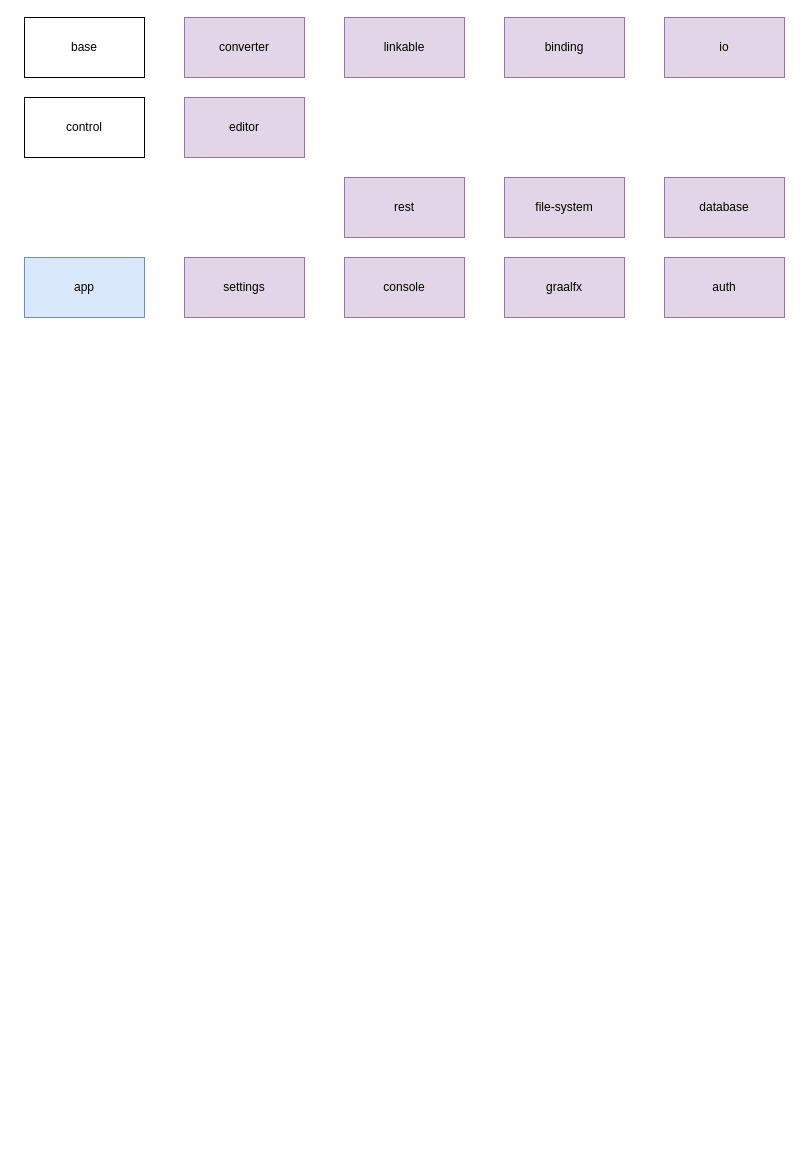
Earlier version of the draw.io diagram architecture.drawio (Alver415/EZFX). Source tidied: cells renumbered, new cells numbered last; positions are measured from the earlier drawing's top-left corner, leaving out a move shared by most shapes. Both pictures are drawn from the tidied source at 100%, with x=0, y=0 at pixel (24, 17).
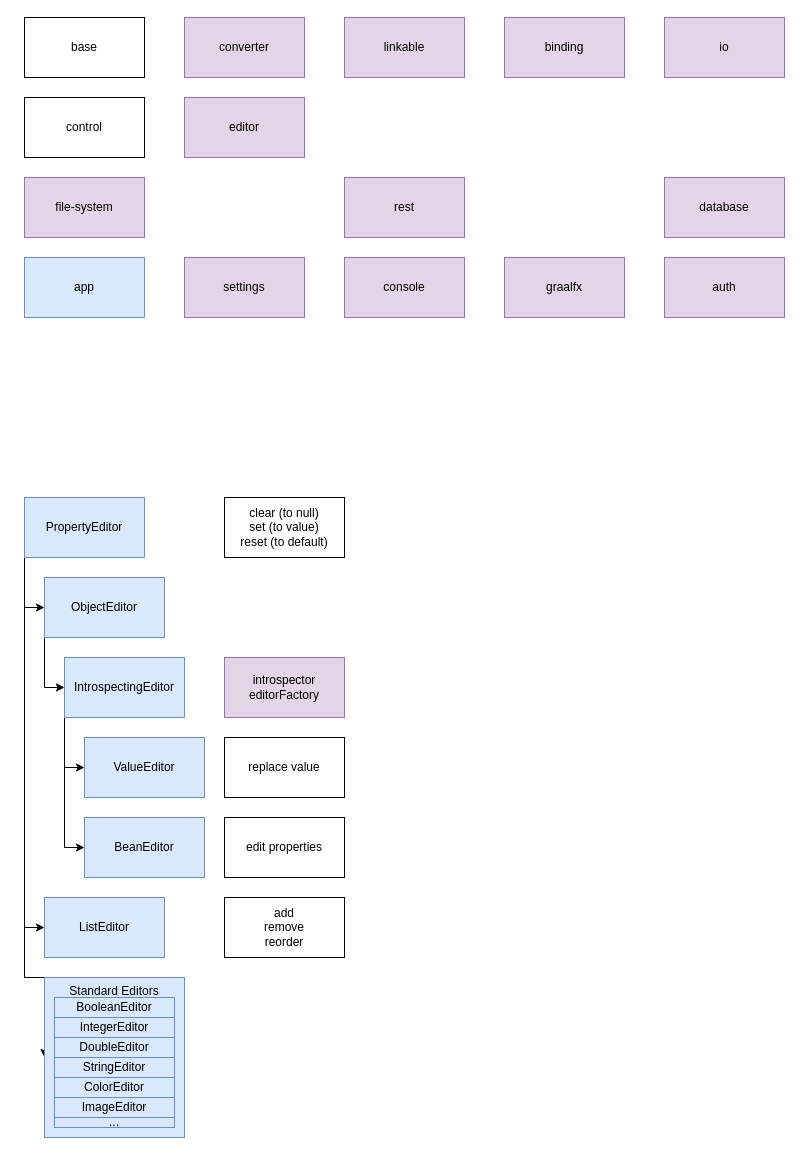
Above is the later version.

The edit, as a diff of the source:
```diff
@@
     <mxCell id="9" value="file-system" style="rounded=0;whiteSpace=wrap;html=1;fillColor=#e1d5e7;strokeColor=#9673a6;" parent="1" vertex="1">
-      <mxGeometry x="480" y="160" width="120" height="60" as="geometry" />
+      <mxGeometry y="160" width="120" height="60" as="geometry" />
     </mxCell>
@@
+    <mxCell id="17" style="edgeStyle=orthogonalEdgeStyle;rounded=0;jettySize=auto;html=1;exitX=0;exitY=1;exitDx=0;exitDy=0;entryX=0;entryY=0.5;entryDx=0;entryDy=0;" parent="1" edge="1" source="41" target="26">
+      <mxGeometry relative="1" as="geometry" />
+    </mxCell>
+    <mxCell id="18" style="edgeStyle=orthogonalEdgeStyle;rounded=0;jettySize=auto;html=1;entryX=0;entryY=0.5;entryDx=0;entryDy=0;" parent="1" edge="1" source="21" target="33">
+      <mxGeometry relative="1" as="geometry">
+        <Array as="points">
+          <mxPoint y="960" />
+        </Array>
+      </mxGeometry>
+    </mxCell>
+    <mxCell id="19" style="edgeStyle=orthogonalEdgeStyle;rounded=0;jettySize=auto;html=1;entryX=0;entryY=0.5;entryDx=0;entryDy=0;exitX=0;exitY=1;exitDx=0;exitDy=0;" parent="1" edge="1" source="21" target="29">
+      <mxGeometry relative="1" as="geometry">
+        <Array as="points">
+          <mxPoint y="910" />
+        </Array>
+      </mxGeometry>
+    </mxCell>
+    <mxCell id="20" style="edgeStyle=orthogonalEdgeStyle;rounded=0;jettySize=auto;html=1;entryX=0;entryY=0.5;entryDx=0;entryDy=0;" parent="1" edge="1" source="21" target="41">
+      <mxGeometry relative="1" as="geometry">
+        <Array as="points">
+          <mxPoint y="590" />
+        </Array>
+      </mxGeometry>
+    </mxCell>
+    <mxCell id="21" value="PropertyEditor" style="rounded=0;whiteSpace=wrap;html=1;fillColor=#dae8fc;strokeColor=#6c8ebf;" parent="1" vertex="1">
+      <mxGeometry y="480" width="120" height="60" as="geometry" />
+    </mxCell>
+    <mxCell id="22" value="Bean&lt;span style=&quot;background-color: initial;&quot;&gt;Editor&lt;/span&gt;" style="rounded=0;whiteSpace=wrap;html=1;fillColor=#dae8fc;strokeColor=#6c8ebf;" parent="1" vertex="1">
+      <mxGeometry x="60" y="800" width="120" height="60" as="geometry" />
+    </mxCell>
+    <mxCell id="23" value="Value&lt;span style=&quot;background-color: initial;&quot;&gt;Editor&lt;/span&gt;" style="rounded=0;whiteSpace=wrap;html=1;fillColor=#dae8fc;strokeColor=#6c8ebf;" parent="1" vertex="1">
+      <mxGeometry x="60" y="720" width="120" height="60" as="geometry" />
+    </mxCell>
+    <mxCell id="24" style="edgeStyle=orthogonalEdgeStyle;rounded=0;jettySize=auto;html=1;entryX=0;entryY=0.5;entryDx=0;entryDy=0;exitX=0;exitY=1;exitDx=0;exitDy=0;" parent="1" edge="1" source="26" target="22">
+      <mxGeometry relative="1" as="geometry">
+        <Array as="points">
+          <mxPoint x="40" y="830" />
+        </Array>
+      </mxGeometry>
+    </mxCell>
+    <mxCell id="25" style="edgeStyle=orthogonalEdgeStyle;rounded=0;jettySize=auto;html=1;entryX=0;entryY=0.5;entryDx=0;entryDy=0;" parent="1" edge="1" source="26" target="23">
+      <mxGeometry relative="1" as="geometry">
+        <Array as="points">
+          <mxPoint x="40" y="750" />
+        </Array>
+      </mxGeometry>
+    </mxCell>
+    <mxCell id="26" value="IntrospectingEditor" style="rounded=0;whiteSpace=wrap;html=1;fillColor=#dae8fc;strokeColor=#6c8ebf;" parent="1" vertex="1">
+      <mxGeometry x="40" y="640" width="120" height="60" as="geometry" />
+    </mxCell>
+    <mxCell id="27" value="clear (to null)&lt;div&gt;set (to value)&lt;br&gt;&lt;div&gt;reset (to default)&lt;/div&gt;&lt;/div&gt;" style="rounded=0;whiteSpace=wrap;html=1;" parent="1" vertex="1">
+      <mxGeometry x="200" y="480" width="120" height="60" as="geometry" />
+    </mxCell>
+    <mxCell id="28" value="introspector&lt;div&gt;editorFactory&lt;/div&gt;" style="rounded=0;whiteSpace=wrap;html=1;fillColor=#e1d5e7;strokeColor=#9673a6;" parent="1" vertex="1">
+      <mxGeometry x="200" y="640" width="120" height="60" as="geometry" />
+    </mxCell>
+    <mxCell id="29" value="ListEditor" style="rounded=0;whiteSpace=wrap;html=1;fillColor=#dae8fc;strokeColor=#6c8ebf;" parent="1" vertex="1">
+      <mxGeometry x="20" y="880" width="120" height="60" as="geometry" />
+    </mxCell>
+    <mxCell id="30" value="replace value" style="rounded=0;whiteSpace=wrap;html=1;" parent="1" vertex="1">
+      <mxGeometry x="200" y="720" width="120" height="60" as="geometry" />
+    </mxCell>
+    <mxCell id="31" value="edit properties" style="rounded=0;whiteSpace=wrap;html=1;" parent="1" vertex="1">
+      <mxGeometry x="200" y="800" width="120" height="60" as="geometry" />
+    </mxCell>
+    <mxCell id="32" value="add&lt;div&gt;remove&lt;/div&gt;&lt;div&gt;reorder&lt;/div&gt;" style="rounded=0;whiteSpace=wrap;html=1;" parent="1" vertex="1">
+      <mxGeometry x="200" y="880" width="120" height="60" as="geometry" />
+    </mxCell>
+    <mxCell id="33" value="Standard Editors" style="rounded=0;whiteSpace=wrap;html=1;fillColor=#dae8fc;strokeColor=#6c8ebf;verticalAlign=top;" parent="1" vertex="1">
+      <mxGeometry x="20" y="960" width="140" height="160" as="geometry" />
+    </mxCell>
+    <mxCell id="34" value="BooleanEditor" style="rounded=0;whiteSpace=wrap;html=1;fillColor=#dae8fc;strokeColor=#6c8ebf;" parent="1" vertex="1">
+      <mxGeometry x="30" y="980" width="120" height="20" as="geometry" />
+    </mxCell>
+    <mxCell id="35" value="IntegerEditor" style="rounded=0;whiteSpace=wrap;html=1;fillColor=#dae8fc;strokeColor=#6c8ebf;" parent="1" vertex="1">
+      <mxGeometry x="30" y="1000" width="120" height="20" as="geometry" />
+    </mxCell>
+    <mxCell id="36" value="DoubleEditor" style="rounded=0;whiteSpace=wrap;html=1;fillColor=#dae8fc;strokeColor=#6c8ebf;" parent="1" vertex="1">
+      <mxGeometry x="30" y="1020" width="120" height="20" as="geometry" />
+    </mxCell>
+    <mxCell id="37" value="StringEditor" style="rounded=0;whiteSpace=wrap;html=1;fillColor=#dae8fc;strokeColor=#6c8ebf;" parent="1" vertex="1">
+      <mxGeometry x="30" y="1040" width="120" height="20" as="geometry" />
+    </mxCell>
+    <mxCell id="38" value="ColorEditor" style="rounded=0;whiteSpace=wrap;html=1;fillColor=#dae8fc;strokeColor=#6c8ebf;" parent="1" vertex="1">
+      <mxGeometry x="30" y="1060" width="120" height="20" as="geometry" />
+    </mxCell>
+    <mxCell id="39" value="ImageEditor" style="rounded=0;whiteSpace=wrap;html=1;fillColor=#dae8fc;strokeColor=#6c8ebf;" parent="1" vertex="1">
+      <mxGeometry x="30" y="1080" width="120" height="20" as="geometry" />
+    </mxCell>
+    <mxCell id="40" value="..." style="rounded=0;whiteSpace=wrap;html=1;fillColor=#dae8fc;strokeColor=#6c8ebf;" parent="1" vertex="1">
+      <mxGeometry x="30" y="1100" width="120" height="10" as="geometry" />
+    </mxCell>
+    <mxCell id="41" value="ObjectEditor" style="rounded=0;whiteSpace=wrap;html=1;fillColor=#dae8fc;strokeColor=#6c8ebf;" parent="1" vertex="1">
+      <mxGeometry x="20" y="560" width="120" height="60" as="geometry" />
+    </mxCell>
```
